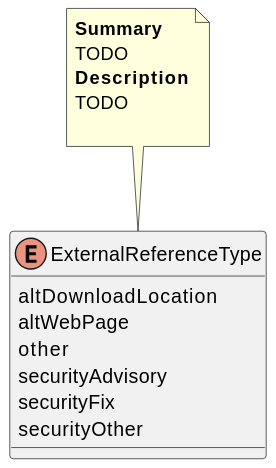
Before: Vocabularies/ExternalReferenceType.svg, a diagram exported from PlantUML (maxhbr/spec-parser.hs). The source it was exported from:
```plantuml
@startuml
enum ExternalReferenceType {
    altDownloadLocation
    altWebPage
    other
    securityAdvisory
    securityFix
    securityOther
}
note top of ExternalReferenceType
<b>Summary</b>
TODO
<b>Description</b>
TODO

end note
@enduml
```
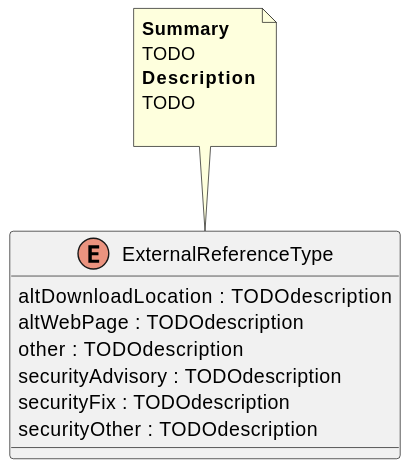
After the change.

The edit, as a diff of the source:
```diff
@@ -1,11 +1,11 @@
 @startuml
 enum ExternalReferenceType {
-    altDownloadLocation
-    altWebPage
-    other
-    securityAdvisory
-    securityFix
-    securityOther
+    altDownloadLocation : TODOdescription
+    altWebPage : TODOdescription
+    other : TODOdescription
+    securityAdvisory : TODOdescription
+    securityFix : TODOdescription
+    securityOther : TODOdescription
 }
 note top of ExternalReferenceType
 <b>Summary</b>
```
